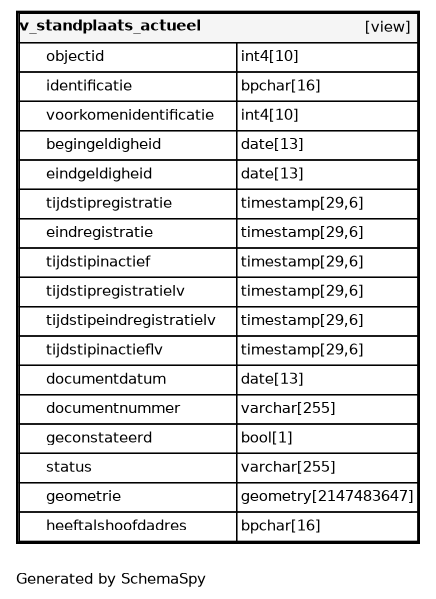
The Graphviz diagram datamodel/schemaspy/bag/diagrams/tables/v_standplaats_actueel.1degree.png in B3Partners/brmo, before a commit. Its source is kept beside it as datamodel/schemaspy/bag/diagrams/tables/v_standplaats_actueel.1degree.dot. The source it was exported from:
```dot
digraph "oneDegreeRelationshipsDiagram" {
  graph [    rankdir="RL"    bgcolor="#ffffff"    label="\nGenerated by SchemaSpy"    labeljust="l"    nodesep="0.18"    ranksep="0.46"    fontname="Helvetica"    fontsize="11"    ration="compress"  ];  node [    fontname="Helvetica"    fontsize="11"    shape="plaintext"  ];  edge [    arrowsize="0.8"  ];
  "v_standplaats_actueel" [
   label=<
    <TABLE BORDER="2" CELLBORDER="1" CELLSPACING="0" BGCOLOR="#ffffff">
      <TR><TD COLSPAN="4"  BGCOLOR="#f5f5f5"><TABLE BORDER="0" CELLSPACING="0"><TR><TD ALIGN="LEFT" FIXEDSIZE="TRUE" WIDTH="131" HEIGHT="16"><B>v_standplaats_actueel</B></TD><TD ALIGN="RIGHT">[view]</TD></TR></TABLE></TD></TR>
      <TR><TD PORT="objectid" COLSPAN="2" ALIGN="LEFT"><TABLE BORDER="0" CELLSPACING="0" ALIGN="LEFT"><TR ALIGN="LEFT"><TD ALIGN="LEFT" FIXEDSIZE="TRUE" WIDTH="15" HEIGHT="16"></TD><TD ALIGN="LEFT" FIXEDSIZE="TRUE" WIDTH="142" HEIGHT="16">objectid</TD></TR></TABLE></TD><TD PORT="objectid.type" ALIGN="LEFT">int4[10]</TD></TR>
      <TR><TD PORT="identificatie" COLSPAN="2" ALIGN="LEFT"><TABLE BORDER="0" CELLSPACING="0" ALIGN="LEFT"><TR ALIGN="LEFT"><TD ALIGN="LEFT" FIXEDSIZE="TRUE" WIDTH="15" HEIGHT="16"></TD><TD ALIGN="LEFT" FIXEDSIZE="TRUE" WIDTH="142" HEIGHT="16">identificatie</TD></TR></TABLE></TD><TD PORT="identificatie.type" ALIGN="LEFT">bpchar[16]</TD></TR>
      <TR><TD PORT="voorkomenidentificatie" COLSPAN="2" ALIGN="LEFT"><TABLE BORDER="0" CELLSPACING="0" ALIGN="LEFT"><TR ALIGN="LEFT"><TD ALIGN="LEFT" FIXEDSIZE="TRUE" WIDTH="15" HEIGHT="16"></TD><TD ALIGN="LEFT" FIXEDSIZE="TRUE" WIDTH="142" HEIGHT="16">voorkomenidentificatie</TD></TR></TABLE></TD><TD PORT="voorkomenidentificatie.type" ALIGN="LEFT">int4[10]</TD></TR>
      <TR><TD PORT="begingeldigheid" COLSPAN="2" ALIGN="LEFT"><TABLE BORDER="0" CELLSPACING="0" ALIGN="LEFT"><TR ALIGN="LEFT"><TD ALIGN="LEFT" FIXEDSIZE="TRUE" WIDTH="15" HEIGHT="16"></TD><TD ALIGN="LEFT" FIXEDSIZE="TRUE" WIDTH="142" HEIGHT="16">begingeldigheid</TD></TR></TABLE></TD><TD PORT="begingeldigheid.type" ALIGN="LEFT">date[13]</TD></TR>
      <TR><TD PORT="eindgeldigheid" COLSPAN="2" ALIGN="LEFT"><TABLE BORDER="0" CELLSPACING="0" ALIGN="LEFT"><TR ALIGN="LEFT"><TD ALIGN="LEFT" FIXEDSIZE="TRUE" WIDTH="15" HEIGHT="16"></TD><TD ALIGN="LEFT" FIXEDSIZE="TRUE" WIDTH="142" HEIGHT="16">eindgeldigheid</TD></TR></TABLE></TD><TD PORT="eindgeldigheid.type" ALIGN="LEFT">date[13]</TD></TR>
      <TR><TD PORT="tijdstipregistratie" COLSPAN="2" ALIGN="LEFT"><TABLE BORDER="0" CELLSPACING="0" ALIGN="LEFT"><TR ALIGN="LEFT"><TD ALIGN="LEFT" FIXEDSIZE="TRUE" WIDTH="15" HEIGHT="16"></TD><TD ALIGN="LEFT" FIXEDSIZE="TRUE" WIDTH="142" HEIGHT="16">tijdstipregistratie</TD></TR></TABLE></TD><TD PORT="tijdstipregistratie.type" ALIGN="LEFT">timestamp[29,6]</TD></TR>
      <TR><TD PORT="eindregistratie" COLSPAN="2" ALIGN="LEFT"><TABLE BORDER="0" CELLSPACING="0" ALIGN="LEFT"><TR ALIGN="LEFT"><TD ALIGN="LEFT" FIXEDSIZE="TRUE" WIDTH="15" HEIGHT="16"></TD><TD ALIGN="LEFT" FIXEDSIZE="TRUE" WIDTH="142" HEIGHT="16">eindregistratie</TD></TR></TABLE></TD><TD PORT="eindregistratie.type" ALIGN="LEFT">timestamp[29,6]</TD></TR>
      <TR><TD PORT="tijdstipinactief" COLSPAN="2" ALIGN="LEFT"><TABLE BORDER="0" CELLSPACING="0" ALIGN="LEFT"><TR ALIGN="LEFT"><TD ALIGN="LEFT" FIXEDSIZE="TRUE" WIDTH="15" HEIGHT="16"></TD><TD ALIGN="LEFT" FIXEDSIZE="TRUE" WIDTH="142" HEIGHT="16">tijdstipinactief</TD></TR></TABLE></TD><TD PORT="tijdstipinactief.type" ALIGN="LEFT">timestamp[29,6]</TD></TR>
      <TR><TD PORT="tijdstipregistratielv" COLSPAN="2" ALIGN="LEFT"><TABLE BORDER="0" CELLSPACING="0" ALIGN="LEFT"><TR ALIGN="LEFT"><TD ALIGN="LEFT" FIXEDSIZE="TRUE" WIDTH="15" HEIGHT="16"></TD><TD ALIGN="LEFT" FIXEDSIZE="TRUE" WIDTH="142" HEIGHT="16">tijdstipregistratielv</TD></TR></TABLE></TD><TD PORT="tijdstipregistratielv.type" ALIGN="LEFT">timestamp[29,6]</TD></TR>
      <TR><TD PORT="tijdstipeindregistratielv" COLSPAN="2" ALIGN="LEFT"><TABLE BORDER="0" CELLSPACING="0" ALIGN="LEFT"><TR ALIGN="LEFT"><TD ALIGN="LEFT" FIXEDSIZE="TRUE" WIDTH="15" HEIGHT="16"></TD><TD ALIGN="LEFT" FIXEDSIZE="TRUE" WIDTH="142" HEIGHT="16">tijdstipeindregistratielv</TD></TR></TABLE></TD><TD PORT="tijdstipeindregistratielv.type" ALIGN="LEFT">timestamp[29,6]</TD></TR>
      <TR><TD PORT="tijdstipinactieflv" COLSPAN="2" ALIGN="LEFT"><TABLE BORDER="0" CELLSPACING="0" ALIGN="LEFT"><TR ALIGN="LEFT"><TD ALIGN="LEFT" FIXEDSIZE="TRUE" WIDTH="15" HEIGHT="16"></TD><TD ALIGN="LEFT" FIXEDSIZE="TRUE" WIDTH="142" HEIGHT="16">tijdstipinactieflv</TD></TR></TABLE></TD><TD PORT="tijdstipinactieflv.type" ALIGN="LEFT">timestamp[29,6]</TD></TR>
      <TR><TD PORT="documentdatum" COLSPAN="2" ALIGN="LEFT"><TABLE BORDER="0" CELLSPACING="0" ALIGN="LEFT"><TR ALIGN="LEFT"><TD ALIGN="LEFT" FIXEDSIZE="TRUE" WIDTH="15" HEIGHT="16"></TD><TD ALIGN="LEFT" FIXEDSIZE="TRUE" WIDTH="142" HEIGHT="16">documentdatum</TD></TR></TABLE></TD><TD PORT="documentdatum.type" ALIGN="LEFT">date[13]</TD></TR>
      <TR><TD PORT="documentnummer" COLSPAN="2" ALIGN="LEFT"><TABLE BORDER="0" CELLSPACING="0" ALIGN="LEFT"><TR ALIGN="LEFT"><TD ALIGN="LEFT" FIXEDSIZE="TRUE" WIDTH="15" HEIGHT="16"></TD><TD ALIGN="LEFT" FIXEDSIZE="TRUE" WIDTH="142" HEIGHT="16">documentnummer</TD></TR></TABLE></TD><TD PORT="documentnummer.type" ALIGN="LEFT">varchar[255]</TD></TR>
      <TR><TD PORT="geconstateerd" COLSPAN="2" ALIGN="LEFT"><TABLE BORDER="0" CELLSPACING="0" ALIGN="LEFT"><TR ALIGN="LEFT"><TD ALIGN="LEFT" FIXEDSIZE="TRUE" WIDTH="15" HEIGHT="16"></TD><TD ALIGN="LEFT" FIXEDSIZE="TRUE" WIDTH="142" HEIGHT="16">geconstateerd</TD></TR></TABLE></TD><TD PORT="geconstateerd.type" ALIGN="LEFT">bool[1]</TD></TR>
      <TR><TD PORT="status" COLSPAN="2" ALIGN="LEFT"><TABLE BORDER="0" CELLSPACING="0" ALIGN="LEFT"><TR ALIGN="LEFT"><TD ALIGN="LEFT" FIXEDSIZE="TRUE" WIDTH="15" HEIGHT="16"></TD><TD ALIGN="LEFT" FIXEDSIZE="TRUE" WIDTH="142" HEIGHT="16">status</TD></TR></TABLE></TD><TD PORT="status.type" ALIGN="LEFT">varchar[255]</TD></TR>
      <TR><TD PORT="geometrie" COLSPAN="2" ALIGN="LEFT"><TABLE BORDER="0" CELLSPACING="0" ALIGN="LEFT"><TR ALIGN="LEFT"><TD ALIGN="LEFT" FIXEDSIZE="TRUE" WIDTH="15" HEIGHT="16"></TD><TD ALIGN="LEFT" FIXEDSIZE="TRUE" WIDTH="142" HEIGHT="16">geometrie</TD></TR></TABLE></TD><TD PORT="geometrie.type" ALIGN="LEFT">geometry[2147483647]</TD></TR>
      <TR><TD PORT="heeftalshoofdadres" COLSPAN="2" ALIGN="LEFT"><TABLE BORDER="0" CELLSPACING="0" ALIGN="LEFT"><TR ALIGN="LEFT"><TD ALIGN="LEFT" FIXEDSIZE="TRUE" WIDTH="15" HEIGHT="16"></TD><TD ALIGN="LEFT" FIXEDSIZE="TRUE" WIDTH="142" HEIGHT="16">heeftalshoofdadres</TD></TR></TABLE></TD><TD PORT="heeftalshoofdadres.type" ALIGN="LEFT">bpchar[16]</TD></TR>
    </TABLE>>
    URL="v_standplaats_actueel.html"
    target="_top"
    tooltip="v_standplaats_actueel"
  ];
}
```
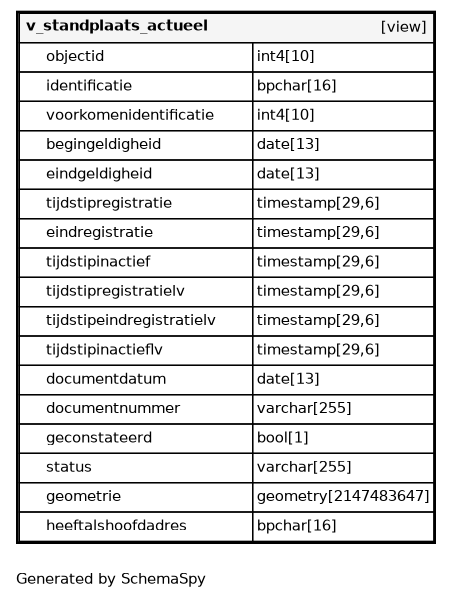
The same diagram one commit later.

What changed in the source:
```diff
@@ -1,26 +1,26 @@
 digraph "oneDegreeRelationshipsDiagram" {
-  graph [    rankdir="RL"    bgcolor="#ffffff"    label="\nGenerated by SchemaSpy"    labeljust="l"    nodesep="0.18"    ranksep="0.46"    fontname="Helvetica"    fontsize="11"    ration="compress"  ];  node [    fontname="Helvetica"    fontsize="11"    shape="plaintext"  ];  edge [    arrowsize="0.8"  ];
+  graph [    rankdir="RL"    bgcolor="#ffffff"    label="\nGenerated by SchemaSpy"    labeljust="l"    nodesep="0.18"    ranksep="0.46"    fontname="Helvetica"    fontsize="11"    packmode="graph"  ];  node [    fontname="Helvetica"    fontsize="11"    shape="plaintext"  ];  edge [    arrowsize="0.8"  ];
   "v_standplaats_actueel" [
    label=<
     <TABLE BORDER="2" CELLBORDER="1" CELLSPACING="0" BGCOLOR="#ffffff">
-      <TR><TD COLSPAN="4"  BGCOLOR="#f5f5f5"><TABLE BORDER="0" CELLSPACING="0"><TR><TD ALIGN="LEFT" FIXEDSIZE="TRUE" WIDTH="131" HEIGHT="16"><B>v_standplaats_actueel</B></TD><TD ALIGN="RIGHT">[view]</TD></TR></TABLE></TD></TR>
-      <TR><TD PORT="objectid" COLSPAN="2" ALIGN="LEFT"><TABLE BORDER="0" CELLSPACING="0" ALIGN="LEFT"><TR ALIGN="LEFT"><TD ALIGN="LEFT" FIXEDSIZE="TRUE" WIDTH="15" HEIGHT="16"></TD><TD ALIGN="LEFT" FIXEDSIZE="TRUE" WIDTH="142" HEIGHT="16">objectid</TD></TR></TABLE></TD><TD PORT="objectid.type" ALIGN="LEFT">int4[10]</TD></TR>
-      <TR><TD PORT="identificatie" COLSPAN="2" ALIGN="LEFT"><TABLE BORDER="0" CELLSPACING="0" ALIGN="LEFT"><TR ALIGN="LEFT"><TD ALIGN="LEFT" FIXEDSIZE="TRUE" WIDTH="15" HEIGHT="16"></TD><TD ALIGN="LEFT" FIXEDSIZE="TRUE" WIDTH="142" HEIGHT="16">identificatie</TD></TR></TABLE></TD><TD PORT="identificatie.type" ALIGN="LEFT">bpchar[16]</TD></TR>
-      <TR><TD PORT="voorkomenidentificatie" COLSPAN="2" ALIGN="LEFT"><TABLE BORDER="0" CELLSPACING="0" ALIGN="LEFT"><TR ALIGN="LEFT"><TD ALIGN="LEFT" FIXEDSIZE="TRUE" WIDTH="15" HEIGHT="16"></TD><TD ALIGN="LEFT" FIXEDSIZE="TRUE" WIDTH="142" HEIGHT="16">voorkomenidentificatie</TD></TR></TABLE></TD><TD PORT="voorkomenidentificatie.type" ALIGN="LEFT">int4[10]</TD></TR>
-      <TR><TD PORT="begingeldigheid" COLSPAN="2" ALIGN="LEFT"><TABLE BORDER="0" CELLSPACING="0" ALIGN="LEFT"><TR ALIGN="LEFT"><TD ALIGN="LEFT" FIXEDSIZE="TRUE" WIDTH="15" HEIGHT="16"></TD><TD ALIGN="LEFT" FIXEDSIZE="TRUE" WIDTH="142" HEIGHT="16">begingeldigheid</TD></TR></TABLE></TD><TD PORT="begingeldigheid.type" ALIGN="LEFT">date[13]</TD></TR>
-      <TR><TD PORT="eindgeldigheid" COLSPAN="2" ALIGN="LEFT"><TABLE BORDER="0" CELLSPACING="0" ALIGN="LEFT"><TR ALIGN="LEFT"><TD ALIGN="LEFT" FIXEDSIZE="TRUE" WIDTH="15" HEIGHT="16"></TD><TD ALIGN="LEFT" FIXEDSIZE="TRUE" WIDTH="142" HEIGHT="16">eindgeldigheid</TD></TR></TABLE></TD><TD PORT="eindgeldigheid.type" ALIGN="LEFT">date[13]</TD></TR>
-      <TR><TD PORT="tijdstipregistratie" COLSPAN="2" ALIGN="LEFT"><TABLE BORDER="0" CELLSPACING="0" ALIGN="LEFT"><TR ALIGN="LEFT"><TD ALIGN="LEFT" FIXEDSIZE="TRUE" WIDTH="15" HEIGHT="16"></TD><TD ALIGN="LEFT" FIXEDSIZE="TRUE" WIDTH="142" HEIGHT="16">tijdstipregistratie</TD></TR></TABLE></TD><TD PORT="tijdstipregistratie.type" ALIGN="LEFT">timestamp[29,6]</TD></TR>
-      <TR><TD PORT="eindregistratie" COLSPAN="2" ALIGN="LEFT"><TABLE BORDER="0" CELLSPACING="0" ALIGN="LEFT"><TR ALIGN="LEFT"><TD ALIGN="LEFT" FIXEDSIZE="TRUE" WIDTH="15" HEIGHT="16"></TD><TD ALIGN="LEFT" FIXEDSIZE="TRUE" WIDTH="142" HEIGHT="16">eindregistratie</TD></TR></TABLE></TD><TD PORT="eindregistratie.type" ALIGN="LEFT">timestamp[29,6]</TD></TR>
-      <TR><TD PORT="tijdstipinactief" COLSPAN="2" ALIGN="LEFT"><TABLE BORDER="0" CELLSPACING="0" ALIGN="LEFT"><TR ALIGN="LEFT"><TD ALIGN="LEFT" FIXEDSIZE="TRUE" WIDTH="15" HEIGHT="16"></TD><TD ALIGN="LEFT" FIXEDSIZE="TRUE" WIDTH="142" HEIGHT="16">tijdstipinactief</TD></TR></TABLE></TD><TD PORT="tijdstipinactief.type" ALIGN="LEFT">timestamp[29,6]</TD></TR>
-      <TR><TD PORT="tijdstipregistratielv" COLSPAN="2" ALIGN="LEFT"><TABLE BORDER="0" CELLSPACING="0" ALIGN="LEFT"><TR ALIGN="LEFT"><TD ALIGN="LEFT" FIXEDSIZE="TRUE" WIDTH="15" HEIGHT="16"></TD><TD ALIGN="LEFT" FIXEDSIZE="TRUE" WIDTH="142" HEIGHT="16">tijdstipregistratielv</TD></TR></TABLE></TD><TD PORT="tijdstipregistratielv.type" ALIGN="LEFT">timestamp[29,6]</TD></TR>
-      <TR><TD PORT="tijdstipeindregistratielv" COLSPAN="2" ALIGN="LEFT"><TABLE BORDER="0" CELLSPACING="0" ALIGN="LEFT"><TR ALIGN="LEFT"><TD ALIGN="LEFT" FIXEDSIZE="TRUE" WIDTH="15" HEIGHT="16"></TD><TD ALIGN="LEFT" FIXEDSIZE="TRUE" WIDTH="142" HEIGHT="16">tijdstipeindregistratielv</TD></TR></TABLE></TD><TD PORT="tijdstipeindregistratielv.type" ALIGN="LEFT">timestamp[29,6]</TD></TR>
-      <TR><TD PORT="tijdstipinactieflv" COLSPAN="2" ALIGN="LEFT"><TABLE BORDER="0" CELLSPACING="0" ALIGN="LEFT"><TR ALIGN="LEFT"><TD ALIGN="LEFT" FIXEDSIZE="TRUE" WIDTH="15" HEIGHT="16"></TD><TD ALIGN="LEFT" FIXEDSIZE="TRUE" WIDTH="142" HEIGHT="16">tijdstipinactieflv</TD></TR></TABLE></TD><TD PORT="tijdstipinactieflv.type" ALIGN="LEFT">timestamp[29,6]</TD></TR>
-      <TR><TD PORT="documentdatum" COLSPAN="2" ALIGN="LEFT"><TABLE BORDER="0" CELLSPACING="0" ALIGN="LEFT"><TR ALIGN="LEFT"><TD ALIGN="LEFT" FIXEDSIZE="TRUE" WIDTH="15" HEIGHT="16"></TD><TD ALIGN="LEFT" FIXEDSIZE="TRUE" WIDTH="142" HEIGHT="16">documentdatum</TD></TR></TABLE></TD><TD PORT="documentdatum.type" ALIGN="LEFT">date[13]</TD></TR>
-      <TR><TD PORT="documentnummer" COLSPAN="2" ALIGN="LEFT"><TABLE BORDER="0" CELLSPACING="0" ALIGN="LEFT"><TR ALIGN="LEFT"><TD ALIGN="LEFT" FIXEDSIZE="TRUE" WIDTH="15" HEIGHT="16"></TD><TD ALIGN="LEFT" FIXEDSIZE="TRUE" WIDTH="142" HEIGHT="16">documentnummer</TD></TR></TABLE></TD><TD PORT="documentnummer.type" ALIGN="LEFT">varchar[255]</TD></TR>
-      <TR><TD PORT="geconstateerd" COLSPAN="2" ALIGN="LEFT"><TABLE BORDER="0" CELLSPACING="0" ALIGN="LEFT"><TR ALIGN="LEFT"><TD ALIGN="LEFT" FIXEDSIZE="TRUE" WIDTH="15" HEIGHT="16"></TD><TD ALIGN="LEFT" FIXEDSIZE="TRUE" WIDTH="142" HEIGHT="16">geconstateerd</TD></TR></TABLE></TD><TD PORT="geconstateerd.type" ALIGN="LEFT">bool[1]</TD></TR>
-      <TR><TD PORT="status" COLSPAN="2" ALIGN="LEFT"><TABLE BORDER="0" CELLSPACING="0" ALIGN="LEFT"><TR ALIGN="LEFT"><TD ALIGN="LEFT" FIXEDSIZE="TRUE" WIDTH="15" HEIGHT="16"></TD><TD ALIGN="LEFT" FIXEDSIZE="TRUE" WIDTH="142" HEIGHT="16">status</TD></TR></TABLE></TD><TD PORT="status.type" ALIGN="LEFT">varchar[255]</TD></TR>
-      <TR><TD PORT="geometrie" COLSPAN="2" ALIGN="LEFT"><TABLE BORDER="0" CELLSPACING="0" ALIGN="LEFT"><TR ALIGN="LEFT"><TD ALIGN="LEFT" FIXEDSIZE="TRUE" WIDTH="15" HEIGHT="16"></TD><TD ALIGN="LEFT" FIXEDSIZE="TRUE" WIDTH="142" HEIGHT="16">geometrie</TD></TR></TABLE></TD><TD PORT="geometrie.type" ALIGN="LEFT">geometry[2147483647]</TD></TR>
-      <TR><TD PORT="heeftalshoofdadres" COLSPAN="2" ALIGN="LEFT"><TABLE BORDER="0" CELLSPACING="0" ALIGN="LEFT"><TR ALIGN="LEFT"><TD ALIGN="LEFT" FIXEDSIZE="TRUE" WIDTH="15" HEIGHT="16"></TD><TD ALIGN="LEFT" FIXEDSIZE="TRUE" WIDTH="142" HEIGHT="16">heeftalshoofdadres</TD></TR></TABLE></TD><TD PORT="heeftalshoofdadres.type" ALIGN="LEFT">bpchar[16]</TD></TR>
+      <TR><TD COLSPAN="4"  BGCOLOR="#f5f5f5"><TABLE BORDER="0" CELLSPACING="0"><TR><TD ALIGN="LEFT" FIXEDSIZE="TRUE" WIDTH="142" HEIGHT="16"><B>v_standplaats_actueel</B></TD><TD ALIGN="RIGHT">[view]</TD></TR></TABLE></TD></TR>
+      <TR><TD PORT="objectid" COLSPAN="2" ALIGN="LEFT"><TABLE BORDER="0" CELLSPACING="0" ALIGN="LEFT"><TR ALIGN="LEFT"><TD ALIGN="LEFT" FIXEDSIZE="TRUE" WIDTH="15" HEIGHT="16"></TD><TD ALIGN="LEFT" FIXEDSIZE="TRUE" WIDTH="154" HEIGHT="16">objectid</TD></TR></TABLE></TD><TD PORT="objectid.type" ALIGN="LEFT">int4[10]</TD></TR>
+      <TR><TD PORT="identificatie" COLSPAN="2" ALIGN="LEFT"><TABLE BORDER="0" CELLSPACING="0" ALIGN="LEFT"><TR ALIGN="LEFT"><TD ALIGN="LEFT" FIXEDSIZE="TRUE" WIDTH="15" HEIGHT="16"></TD><TD ALIGN="LEFT" FIXEDSIZE="TRUE" WIDTH="154" HEIGHT="16">identificatie</TD></TR></TABLE></TD><TD PORT="identificatie.type" ALIGN="LEFT">bpchar[16]</TD></TR>
+      <TR><TD PORT="voorkomenidentificatie" COLSPAN="2" ALIGN="LEFT"><TABLE BORDER="0" CELLSPACING="0" ALIGN="LEFT"><TR ALIGN="LEFT"><TD ALIGN="LEFT" FIXEDSIZE="TRUE" WIDTH="15" HEIGHT="16"></TD><TD ALIGN="LEFT" FIXEDSIZE="TRUE" WIDTH="154" HEIGHT="16">voorkomenidentificatie</TD></TR></TABLE></TD><TD PORT="voorkomenidentificatie.type" ALIGN="LEFT">int4[10]</TD></TR>
+      <TR><TD PORT="begingeldigheid" COLSPAN="2" ALIGN="LEFT"><TABLE BORDER="0" CELLSPACING="0" ALIGN="LEFT"><TR ALIGN="LEFT"><TD ALIGN="LEFT" FIXEDSIZE="TRUE" WIDTH="15" HEIGHT="16"></TD><TD ALIGN="LEFT" FIXEDSIZE="TRUE" WIDTH="154" HEIGHT="16">begingeldigheid</TD></TR></TABLE></TD><TD PORT="begingeldigheid.type" ALIGN="LEFT">date[13]</TD></TR>
+      <TR><TD PORT="eindgeldigheid" COLSPAN="2" ALIGN="LEFT"><TABLE BORDER="0" CELLSPACING="0" ALIGN="LEFT"><TR ALIGN="LEFT"><TD ALIGN="LEFT" FIXEDSIZE="TRUE" WIDTH="15" HEIGHT="16"></TD><TD ALIGN="LEFT" FIXEDSIZE="TRUE" WIDTH="154" HEIGHT="16">eindgeldigheid</TD></TR></TABLE></TD><TD PORT="eindgeldigheid.type" ALIGN="LEFT">date[13]</TD></TR>
+      <TR><TD PORT="tijdstipregistratie" COLSPAN="2" ALIGN="LEFT"><TABLE BORDER="0" CELLSPACING="0" ALIGN="LEFT"><TR ALIGN="LEFT"><TD ALIGN="LEFT" FIXEDSIZE="TRUE" WIDTH="15" HEIGHT="16"></TD><TD ALIGN="LEFT" FIXEDSIZE="TRUE" WIDTH="154" HEIGHT="16">tijdstipregistratie</TD></TR></TABLE></TD><TD PORT="tijdstipregistratie.type" ALIGN="LEFT">timestamp[29,6]</TD></TR>
+      <TR><TD PORT="eindregistratie" COLSPAN="2" ALIGN="LEFT"><TABLE BORDER="0" CELLSPACING="0" ALIGN="LEFT"><TR ALIGN="LEFT"><TD ALIGN="LEFT" FIXEDSIZE="TRUE" WIDTH="15" HEIGHT="16"></TD><TD ALIGN="LEFT" FIXEDSIZE="TRUE" WIDTH="154" HEIGHT="16">eindregistratie</TD></TR></TABLE></TD><TD PORT="eindregistratie.type" ALIGN="LEFT">timestamp[29,6]</TD></TR>
+      <TR><TD PORT="tijdstipinactief" COLSPAN="2" ALIGN="LEFT"><TABLE BORDER="0" CELLSPACING="0" ALIGN="LEFT"><TR ALIGN="LEFT"><TD ALIGN="LEFT" FIXEDSIZE="TRUE" WIDTH="15" HEIGHT="16"></TD><TD ALIGN="LEFT" FIXEDSIZE="TRUE" WIDTH="154" HEIGHT="16">tijdstipinactief</TD></TR></TABLE></TD><TD PORT="tijdstipinactief.type" ALIGN="LEFT">timestamp[29,6]</TD></TR>
+      <TR><TD PORT="tijdstipregistratielv" COLSPAN="2" ALIGN="LEFT"><TABLE BORDER="0" CELLSPACING="0" ALIGN="LEFT"><TR ALIGN="LEFT"><TD ALIGN="LEFT" FIXEDSIZE="TRUE" WIDTH="15" HEIGHT="16"></TD><TD ALIGN="LEFT" FIXEDSIZE="TRUE" WIDTH="154" HEIGHT="16">tijdstipregistratielv</TD></TR></TABLE></TD><TD PORT="tijdstipregistratielv.type" ALIGN="LEFT">timestamp[29,6]</TD></TR>
+      <TR><TD PORT="tijdstipeindregistratielv" COLSPAN="2" ALIGN="LEFT"><TABLE BORDER="0" CELLSPACING="0" ALIGN="LEFT"><TR ALIGN="LEFT"><TD ALIGN="LEFT" FIXEDSIZE="TRUE" WIDTH="15" HEIGHT="16"></TD><TD ALIGN="LEFT" FIXEDSIZE="TRUE" WIDTH="154" HEIGHT="16">tijdstipeindregistratielv</TD></TR></TABLE></TD><TD PORT="tijdstipeindregistratielv.type" ALIGN="LEFT">timestamp[29,6]</TD></TR>
+      <TR><TD PORT="tijdstipinactieflv" COLSPAN="2" ALIGN="LEFT"><TABLE BORDER="0" CELLSPACING="0" ALIGN="LEFT"><TR ALIGN="LEFT"><TD ALIGN="LEFT" FIXEDSIZE="TRUE" WIDTH="15" HEIGHT="16"></TD><TD ALIGN="LEFT" FIXEDSIZE="TRUE" WIDTH="154" HEIGHT="16">tijdstipinactieflv</TD></TR></TABLE></TD><TD PORT="tijdstipinactieflv.type" ALIGN="LEFT">timestamp[29,6]</TD></TR>
+      <TR><TD PORT="documentdatum" COLSPAN="2" ALIGN="LEFT"><TABLE BORDER="0" CELLSPACING="0" ALIGN="LEFT"><TR ALIGN="LEFT"><TD ALIGN="LEFT" FIXEDSIZE="TRUE" WIDTH="15" HEIGHT="16"></TD><TD ALIGN="LEFT" FIXEDSIZE="TRUE" WIDTH="154" HEIGHT="16">documentdatum</TD></TR></TABLE></TD><TD PORT="documentdatum.type" ALIGN="LEFT">date[13]</TD></TR>
+      <TR><TD PORT="documentnummer" COLSPAN="2" ALIGN="LEFT"><TABLE BORDER="0" CELLSPACING="0" ALIGN="LEFT"><TR ALIGN="LEFT"><TD ALIGN="LEFT" FIXEDSIZE="TRUE" WIDTH="15" HEIGHT="16"></TD><TD ALIGN="LEFT" FIXEDSIZE="TRUE" WIDTH="154" HEIGHT="16">documentnummer</TD></TR></TABLE></TD><TD PORT="documentnummer.type" ALIGN="LEFT">varchar[255]</TD></TR>
+      <TR><TD PORT="geconstateerd" COLSPAN="2" ALIGN="LEFT"><TABLE BORDER="0" CELLSPACING="0" ALIGN="LEFT"><TR ALIGN="LEFT"><TD ALIGN="LEFT" FIXEDSIZE="TRUE" WIDTH="15" HEIGHT="16"></TD><TD ALIGN="LEFT" FIXEDSIZE="TRUE" WIDTH="154" HEIGHT="16">geconstateerd</TD></TR></TABLE></TD><TD PORT="geconstateerd.type" ALIGN="LEFT">bool[1]</TD></TR>
+      <TR><TD PORT="status" COLSPAN="2" ALIGN="LEFT"><TABLE BORDER="0" CELLSPACING="0" ALIGN="LEFT"><TR ALIGN="LEFT"><TD ALIGN="LEFT" FIXEDSIZE="TRUE" WIDTH="15" HEIGHT="16"></TD><TD ALIGN="LEFT" FIXEDSIZE="TRUE" WIDTH="154" HEIGHT="16">status</TD></TR></TABLE></TD><TD PORT="status.type" ALIGN="LEFT">varchar[255]</TD></TR>
+      <TR><TD PORT="geometrie" COLSPAN="2" ALIGN="LEFT"><TABLE BORDER="0" CELLSPACING="0" ALIGN="LEFT"><TR ALIGN="LEFT"><TD ALIGN="LEFT" FIXEDSIZE="TRUE" WIDTH="15" HEIGHT="16"></TD><TD ALIGN="LEFT" FIXEDSIZE="TRUE" WIDTH="154" HEIGHT="16">geometrie</TD></TR></TABLE></TD><TD PORT="geometrie.type" ALIGN="LEFT">geometry[2147483647]</TD></TR>
+      <TR><TD PORT="heeftalshoofdadres" COLSPAN="2" ALIGN="LEFT"><TABLE BORDER="0" CELLSPACING="0" ALIGN="LEFT"><TR ALIGN="LEFT"><TD ALIGN="LEFT" FIXEDSIZE="TRUE" WIDTH="15" HEIGHT="16"></TD><TD ALIGN="LEFT" FIXEDSIZE="TRUE" WIDTH="154" HEIGHT="16">heeftalshoofdadres</TD></TR></TABLE></TD><TD PORT="heeftalshoofdadres.type" ALIGN="LEFT">bpchar[16]</TD></TR>
     </TABLE>>
     URL="v_standplaats_actueel.html"
     target="_top"
```
